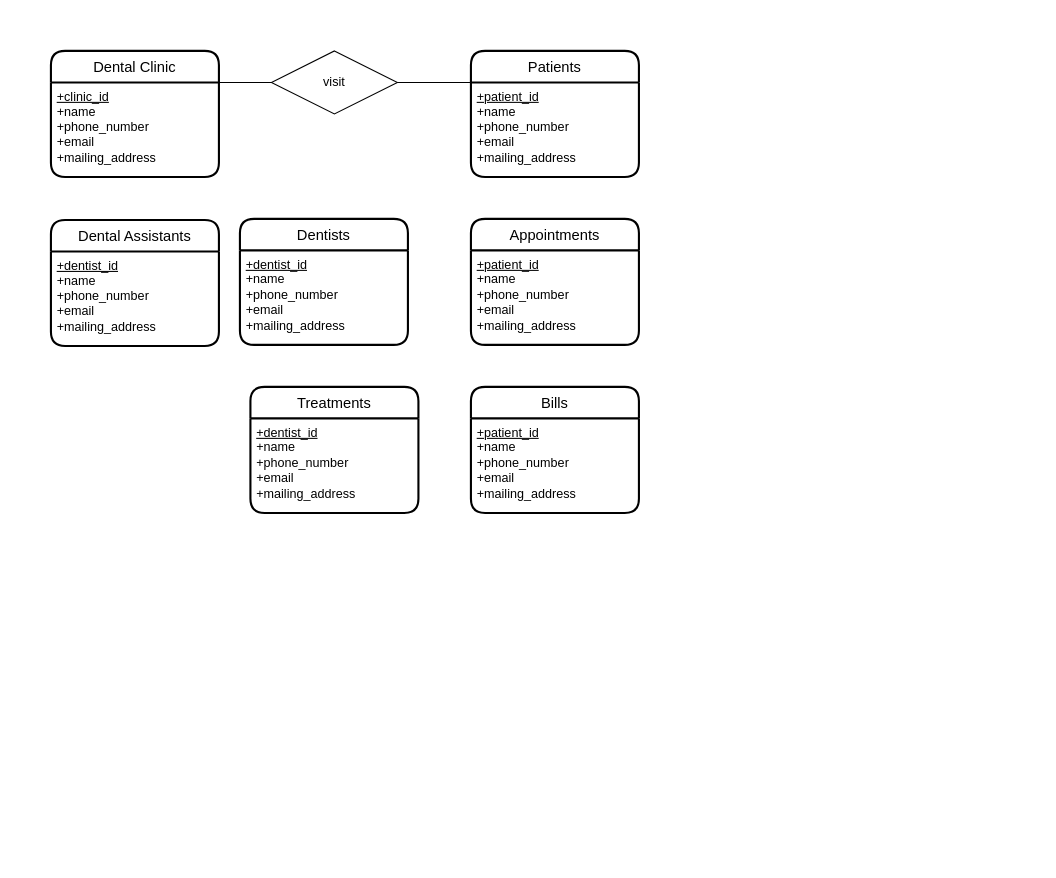
This is MyDentalClinicDiagram.drawio from gituser514/Diagram, a draw.io file, before an edit. Source tidied: cells renumbered, new cells numbered last; positions are measured from the earlier drawing's top-left corner, leaving out a move shared by most shapes. Both pictures are drawn from the tidied source at 105%, with x=0, y=0 at pixel (50, 50).
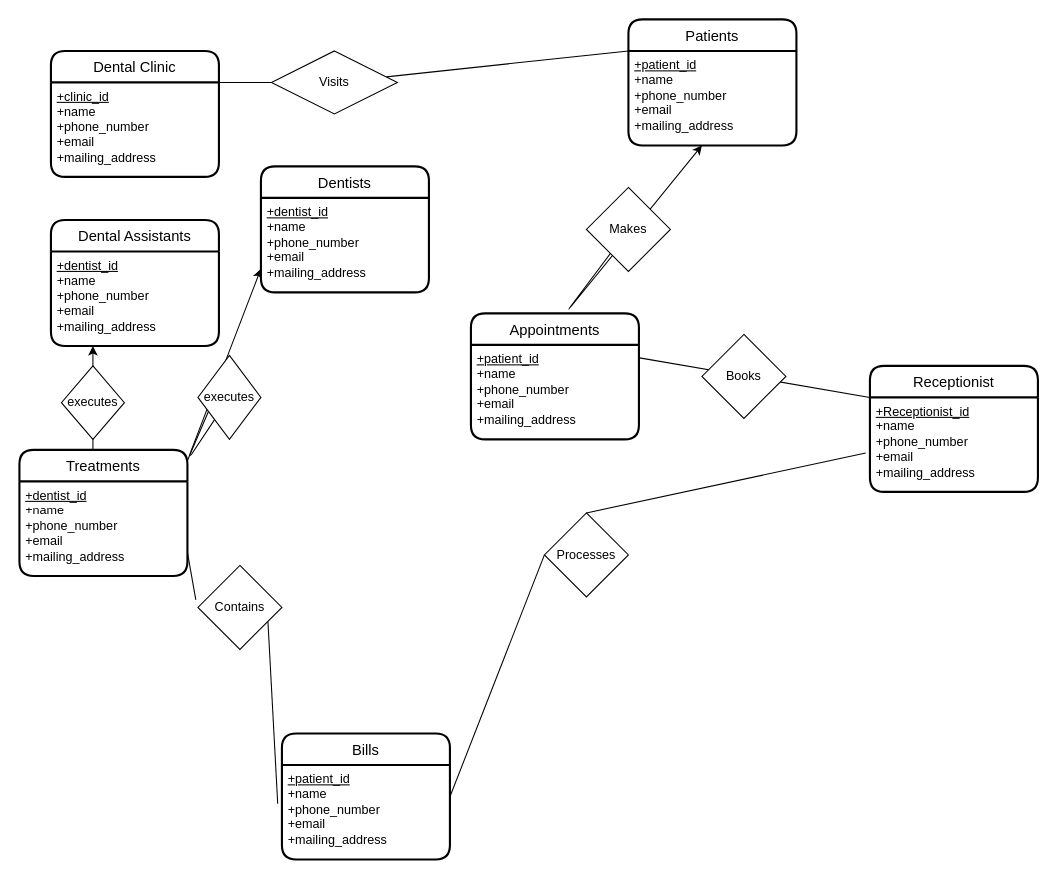
The same diagram, later.

Unchanged cells that the change refers to:
```xml
<mxCell id="5" value="&lt;u&gt;+dentist_id&lt;/u&gt;&lt;br&gt;+name&lt;br&gt;&lt;div&gt;+phone_number&lt;/div&gt;&lt;div&gt;+email&lt;/div&gt;&lt;div&gt;+mailing_address&lt;br&gt;&lt;/div&gt;" style="align=left;strokeColor=none;fillColor=none;spacingLeft=4;fontSize=12;verticalAlign=top;html=1;" parent="4" vertex="1">
  <mxGeometry y="30" width="160" height="90" as="geometry" />
</mxCell>
<mxCell id="9" value="&lt;u&gt;+dentist_id&lt;/u&gt;&lt;br&gt;+name&lt;br&gt;&lt;div&gt;+phone_number&lt;/div&gt;&lt;div&gt;+email&lt;/div&gt;&lt;div&gt;+mailing_address&lt;br&gt;&lt;/div&gt;" style="align=left;strokeColor=none;fillColor=none;spacingLeft=4;fontSize=12;verticalAlign=top;html=1;" parent="8" vertex="1">
  <mxGeometry y="30" width="160" height="90" as="geometry" />
</mxCell>
<mxCell id="11" value="&lt;u&gt;+dentist_id&lt;/u&gt;&lt;br&gt;+name&lt;br&gt;&lt;div&gt;+phone_number&lt;/div&gt;&lt;div&gt;+email&lt;/div&gt;&lt;div&gt;+mailing_address&lt;br&gt;&lt;/div&gt;" style="align=left;strokeColor=none;fillColor=none;spacingLeft=4;fontSize=12;verticalAlign=top;html=1;" parent="10" vertex="1">
  <mxGeometry y="30" width="160" height="90" as="geometry" />
</mxCell>
<mxCell id="13" value="&lt;u&gt;+patient_id&lt;/u&gt;&lt;br&gt;+name&lt;br&gt;&lt;div&gt;+phone_number&lt;/div&gt;&lt;div&gt;+email&lt;/div&gt;&lt;div&gt;+mailing_address&lt;br&gt;&lt;/div&gt;" style="align=left;strokeColor=none;fillColor=none;spacingLeft=4;fontSize=12;verticalAlign=top;html=1;" parent="12" vertex="1">
  <mxGeometry y="30" width="160" height="90" as="geometry" />
</mxCell>
<mxCell id="15" value="&lt;u&gt;+patient_id&lt;/u&gt;&lt;br&gt;+name&lt;br&gt;&lt;div&gt;+phone_number&lt;/div&gt;&lt;div&gt;+email&lt;/div&gt;&lt;div&gt;+mailing_address&lt;br&gt;&lt;/div&gt;" style="align=left;strokeColor=none;fillColor=none;spacingLeft=4;fontSize=12;verticalAlign=top;html=1;" parent="14" vertex="1">
  <mxGeometry y="30" width="160" height="90" as="geometry" />
</mxCell>
```

Diff of the diagram source:
```diff
@@
     <mxCell id="4" value="Dentists" style="swimlane;horizontal=1;startSize=30;rounded=1;fontSize=14;fontStyle=0;strokeWidth=2;shadow=0;dashed=0;align=center;" parent="1" vertex="1">
-      <mxGeometry x="180" y="160" width="160" height="120" as="geometry" />
+      <mxGeometry x="200" y="110" width="160" height="120" as="geometry" />
     </mxCell>
@@
     <mxCell id="6" value="Patients" style="swimlane;horizontal=1;startSize=30;rounded=1;fontSize=14;fontStyle=0;strokeWidth=2;shadow=0;dashed=0;align=center;" parent="1" vertex="1">
-      <mxGeometry x="400" width="160" height="120" as="geometry" />
+      <mxGeometry x="550" y="-30" width="160" height="120" as="geometry" />
     </mxCell>
@@
     <mxCell id="10" value="Treatments " style="swimlane;horizontal=1;startSize=30;rounded=1;fontSize=14;fontStyle=0;strokeWidth=2;shadow=0;dashed=0;align=center;" parent="1" vertex="1">
-      <mxGeometry x="190" y="320" width="160" height="120" as="geometry" />
+      <mxGeometry x="-30" y="380" width="160" height="120" as="geometry" />
     </mxCell>
@@
     <mxCell id="12" value="Appointments" style="swimlane;horizontal=1;startSize=30;rounded=1;fontSize=14;fontStyle=0;strokeWidth=2;shadow=0;dashed=0;align=center;" parent="1" vertex="1">
-      <mxGeometry x="400" y="160" width="160" height="120" as="geometry" />
+      <mxGeometry x="400" y="250" width="160" height="120" as="geometry" />
     </mxCell>
@@
-    <mxCell id="14" value="Bills" style="swimlane;horizontal=1;startSize=30;rounded=1;fontSize=14;fontStyle=0;strokeWidth=2;shadow=0;dashed=0;align=center;" parent="1" vertex="1">
-      <mxGeometry x="400" y="320" width="160" height="120" as="geometry" />
+    <mxCell id="14" value="Bills" style="swimlane;horizontal=1;startSize=30;rounded=1;fontSize=14;fontStyle=0;strokeWidth=2;shadow=0;align=center;fillColor=none;" parent="1" vertex="1">
+      <mxGeometry x="220" y="650" width="160" height="120" as="geometry" />
     </mxCell>
@@
-    <mxCell id="18" value="visit" style="shape=rhombus;perimeter=rhombusPerimeter;whiteSpace=wrap;html=1;align=center;" parent="1" vertex="1">
+    <mxCell id="18" value="Visits" style="shape=rhombus;perimeter=rhombusPerimeter;whiteSpace=wrap;html=1;align=center;" parent="1" vertex="1">
       <mxGeometry x="210" width="120" height="60" as="geometry" />
     </mxCell>
+    <mxCell id="19" value="Receptionist" style="swimlane;horizontal=1;startSize=30;rounded=1;fontSize=14;fontStyle=0;strokeWidth=2;shadow=0;dashed=0;align=center;" parent="1" vertex="1">
+      <mxGeometry x="780" y="300" width="160" height="120" as="geometry" />
+    </mxCell>
+    <mxCell id="20" value="&lt;u&gt;+Receptionist_id&lt;/u&gt;&lt;br&gt;+name&lt;br&gt;&lt;div&gt;+phone_number&lt;/div&gt;&lt;div&gt;+email&lt;/div&gt;&lt;div&gt;+mailing_address&lt;br&gt;&lt;/div&gt;" style="align=left;strokeColor=none;fillColor=none;spacingLeft=4;fontSize=12;verticalAlign=top;html=1;" parent="19" vertex="1">
+      <mxGeometry y="30" width="160" height="90" as="geometry" />
+    </mxCell>
+    <mxCell id="21" value="Processes" style="rhombus;whiteSpace=wrap;html=1;rounded=0;sketch=0;" parent="1" vertex="1">
+      <mxGeometry x="470" y="440" width="80" height="80" as="geometry" />
+    </mxCell>
+    <mxCell id="22" style="endArrow=none;html=1;rounded=1;sketch=0;curved=0;entryX=0;entryY=0.5;entryDx=0;entryDy=0;exitX=1;exitY=0.337;exitDx=0;exitDy=0;exitPerimeter=0;" parent="1" edge="1" source="15" target="21">
+      <mxGeometry relative="1" as="geometry" />
+    </mxCell>
+    <mxCell id="23" style="endArrow=classic;html=1;rounded=1;sketch=0;curved=0;entryX=0.25;entryY=1;entryDx=0;entryDy=0;" parent="1" edge="1" target="9">
+      <mxGeometry relative="1" as="geometry">
+        <mxPoint x="40" y="380" as="sourcePoint" />
+      </mxGeometry>
+    </mxCell>
+    <mxCell id="24" style="endArrow=classic;html=1;rounded=1;sketch=0;curved=0;entryX=0;entryY=0.75;entryDx=0;entryDy=0;startArrow=none;" parent="1" edge="1" source="27" target="5">
+      <mxGeometry relative="1" as="geometry">
+        <Array as="points">
+          <mxPoint x="130" y="390" />
+        </Array>
+      </mxGeometry>
+    </mxCell>
+    <mxCell id="25" style="endArrow=none;html=1;rounded=1;sketch=0;curved=0;exitX=1;exitY=0.75;exitDx=0;exitDy=0;entryX=-0.025;entryY=0.411;entryDx=0;entryDy=0;entryPerimeter=0;startArrow=none;" parent="1" edge="1" source="31" target="15">
+      <mxGeometry relative="1" as="geometry" />
+    </mxCell>
+    <mxCell id="26" value="executes" style="rhombus;whiteSpace=wrap;html=1;rounded=0;sketch=0;" parent="1" vertex="1">
+      <mxGeometry x="10" y="300" width="60" height="70" as="geometry" />
+    </mxCell>
+    <mxCell id="27" value="executes" style="rhombus;whiteSpace=wrap;html=1;rounded=0;sketch=0;" parent="1" vertex="1">
+      <mxGeometry x="140" y="290" width="60" height="80" as="geometry" />
+    </mxCell>
+    <mxCell id="28" style="endArrow=none;html=1;rounded=1;sketch=0;curved=0;entryX=0;entryY=0.75;entryDx=0;entryDy=0;" parent="1" edge="1" target="27">
+      <mxGeometry relative="1" as="geometry">
+        <mxPoint x="130" y="390" as="sourcePoint" />
+      </mxGeometry>
+    </mxCell>
+    <mxCell id="29" style="endArrow=classic;html=1;rounded=1;sketch=0;curved=0;" parent="1" edge="1" source="30">
+      <mxGeometry relative="1" as="geometry">
+        <mxPoint x="620" y="90" as="targetPoint" />
+        <Array as="points">
+          <mxPoint x="490" y="250" />
+        </Array>
+      </mxGeometry>
+    </mxCell>
+    <mxCell id="30" value="Makes" style="rhombus;whiteSpace=wrap;html=1;rounded=0;sketch=0;" parent="1" vertex="1">
+      <mxGeometry x="510" y="130" width="80" height="80" as="geometry" />
+    </mxCell>
+    <mxCell id="31" value="Contains" style="rhombus;whiteSpace=wrap;html=1;rounded=0;sketch=0;" parent="1" vertex="1">
+      <mxGeometry x="140" y="490" width="80" height="80" as="geometry" />
+    </mxCell>
+    <mxCell id="32" style="endArrow=none;html=1;rounded=1;sketch=0;curved=0;exitX=1;exitY=0.75;exitDx=0;exitDy=0;entryX=-0.025;entryY=0.411;entryDx=0;entryDy=0;entryPerimeter=0;" parent="1" edge="1" source="11" target="31">
+      <mxGeometry relative="1" as="geometry" />
+    </mxCell>
+    <mxCell id="33" style="endArrow=none;html=1;rounded=1;sketch=0;curved=0;entryX=-0.025;entryY=0.589;entryDx=0;entryDy=0;entryPerimeter=0;" parent="1" edge="1" target="20">
+      <mxGeometry relative="1" as="geometry">
+        <mxPoint x="510" y="440" as="sourcePoint" />
+      </mxGeometry>
+    </mxCell>
+    <mxCell id="34" style="endArrow=none;html=1;rounded=1;sketch=0;curved=0;entryX=0;entryY=0;entryDx=0;entryDy=0;exitX=1.004;exitY=0.137;exitDx=0;exitDy=0;exitPerimeter=0;" parent="1" edge="1" source="13" target="20">
+      <mxGeometry relative="1" as="geometry" />
+    </mxCell>
+    <mxCell id="35" value="Books" style="rhombus;whiteSpace=wrap;html=1;rounded=0;sketch=0;" parent="1" vertex="1">
+      <mxGeometry x="620" y="270" width="80" height="80" as="geometry" />
+    </mxCell>
```
